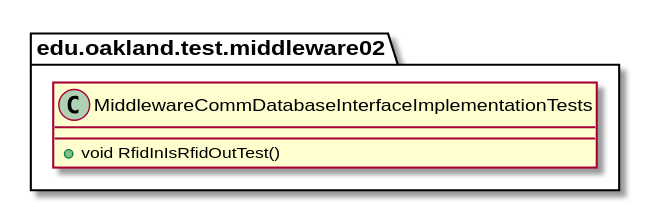
Earlier version of the PlantUML export docs/uml-class-diagrams/middleware02/test/MiddlewareCommDatabaseInterfaceImplementationTests/MiddlewareCommDatabaseInterfaceImplementationTests.svg (elilley15/csi-3370-software-project).
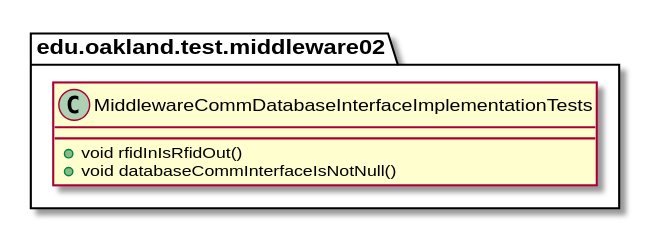
Later version of the same file.

What changed in the source:
```diff
@@ -2,7 +2,8 @@
 
 package edu.oakland.test.middleware02 {
     class MiddlewareCommDatabaseInterfaceImplementationTests {
-      + void RfidInIsRfidOutTest()
+        + void rfidInIsRfidOut()
+        + void databaseCommInterfaceIsNotNull()
     }
 }
 
```
